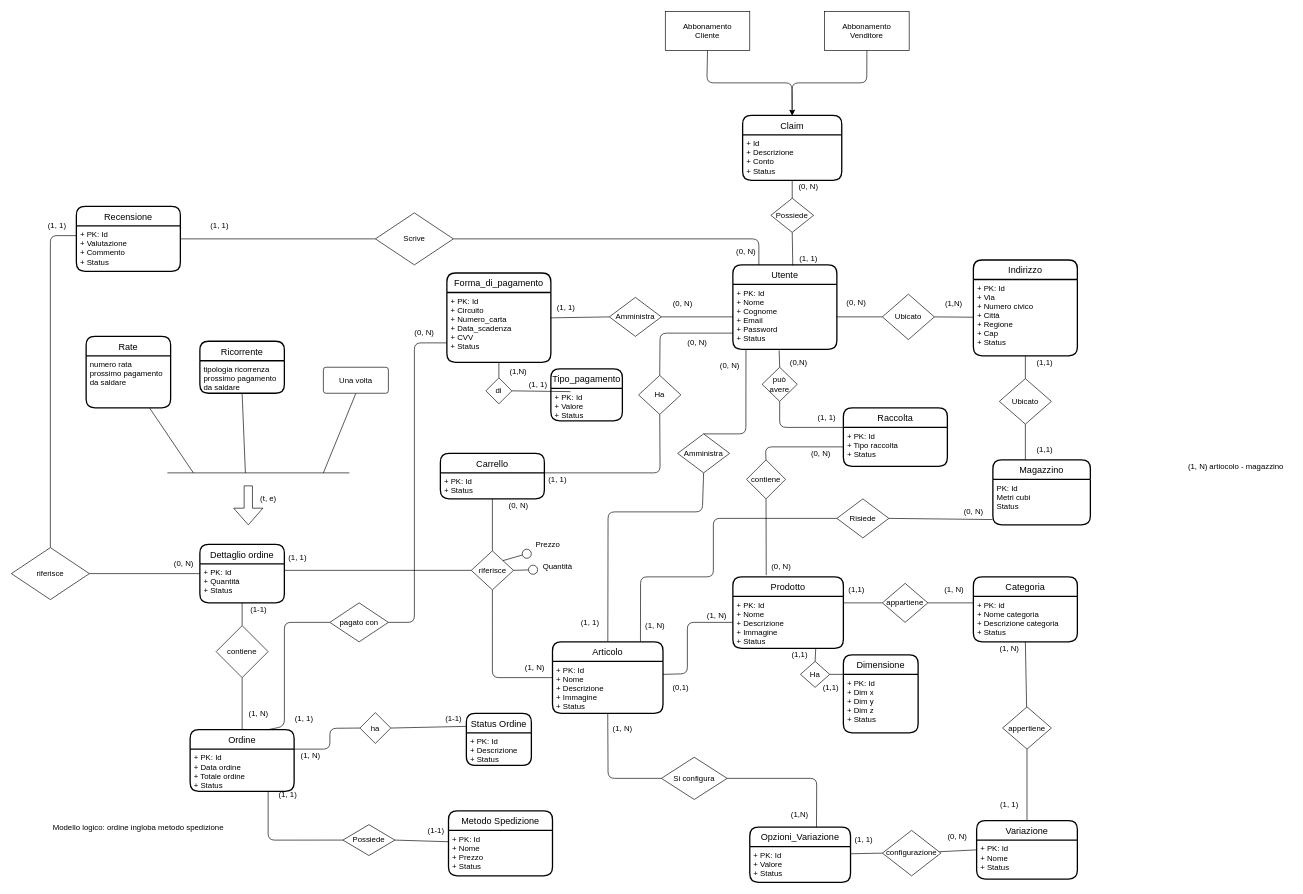
The draw.io diagram doc/schema_concettuale.drawio in EndriDomiUni/E-commerce, before the edit. Source tidied: cells renumbered, new cells numbered last; positions are measured from the earlier drawing's top-left corner, leaving out a move shared by most shapes. Both pictures are drawn from the tidied source at 65%, with x=0, y=0 at pixel (11, 11).
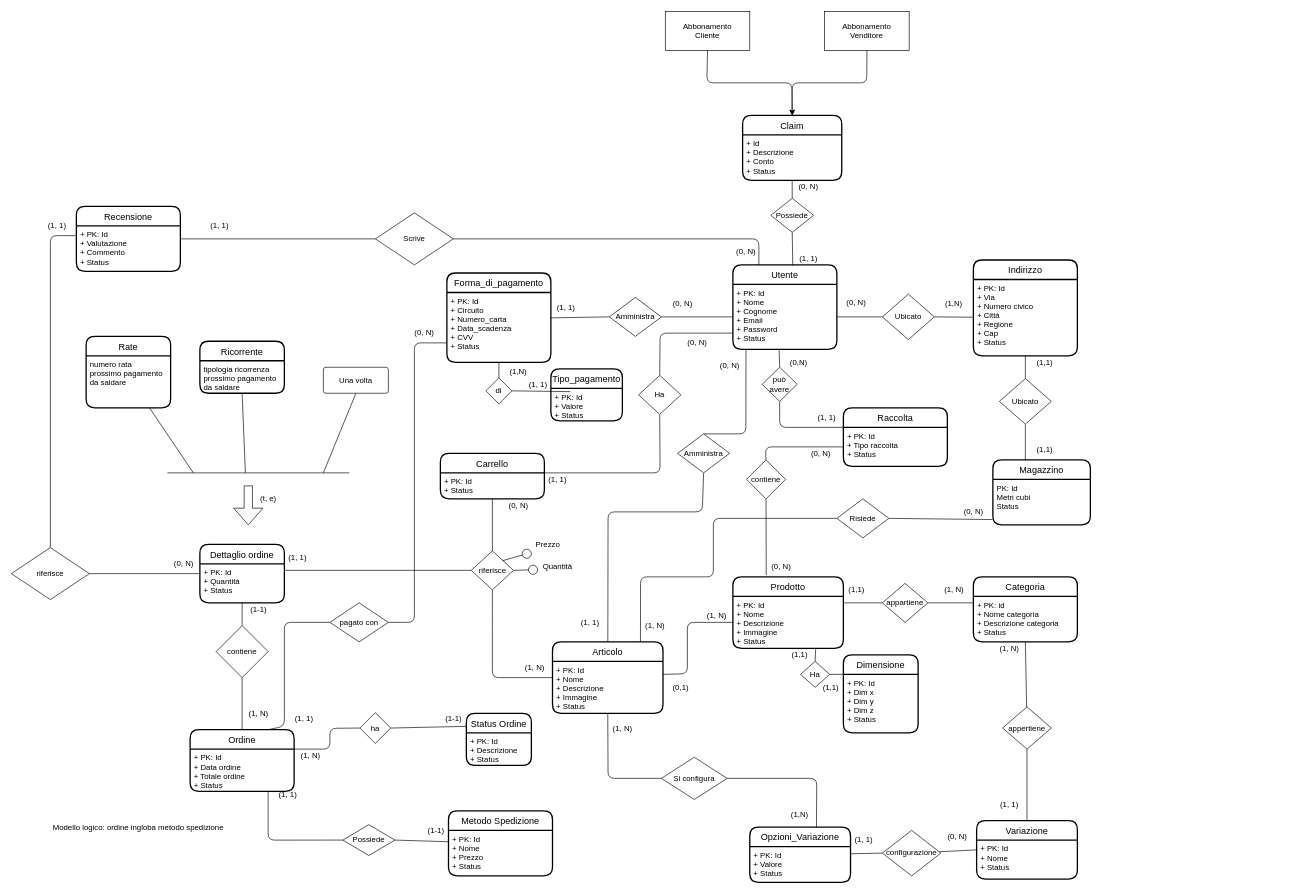
After the change.

Change to the diagram source:
```diff
@@
-    <mxCell id="85" value="(1, N)" style="text;html=1;align=center;verticalAlign=middle;strokeColor=none;fillColor=none;" parent="1" vertex="1">
-      <mxGeometry x="1800" y="690" width="50" height="20" as="geometry" />
-    </mxCell>
@@
-    <mxCell id="167" value="artiocolo - magazzino" style="text;html=1;align=center;verticalAlign=middle;strokeColor=none;fillColor=none;" parent="1" vertex="1">
-      <mxGeometry x="1830" y="685" width="140" height="30" as="geometry" />
-    </mxCell>
```
